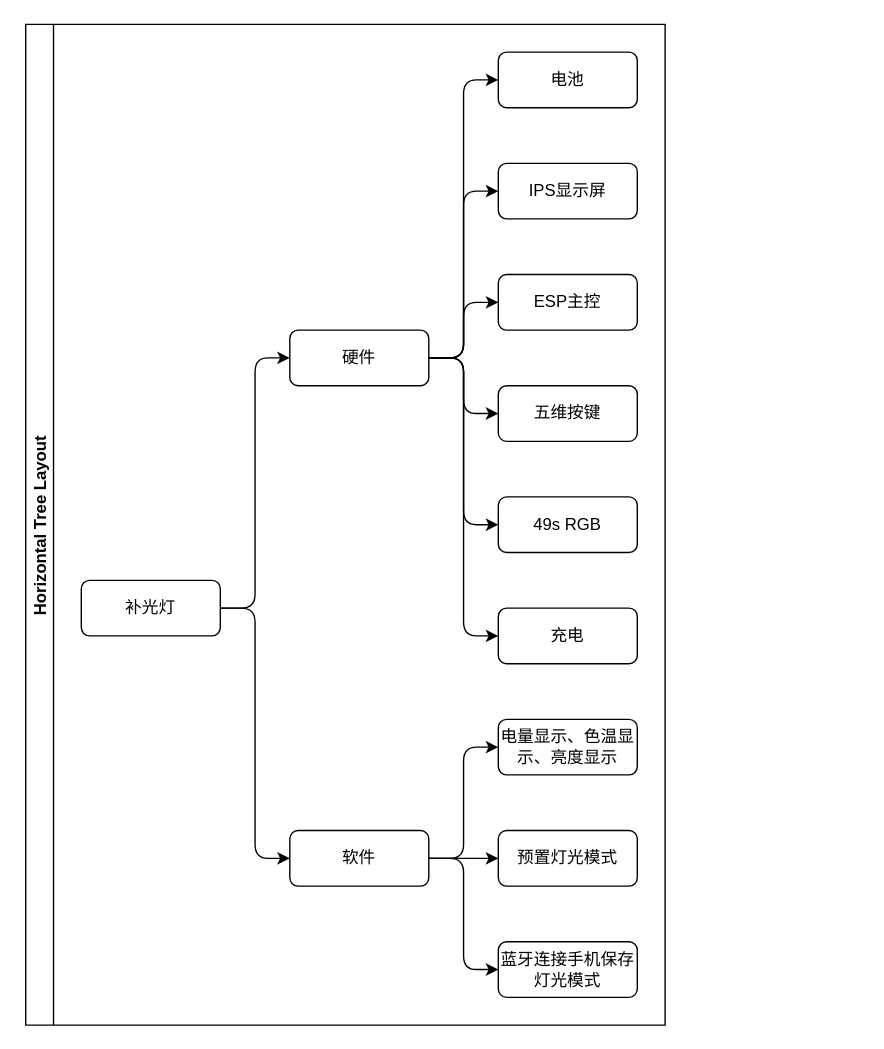
The draw.io diagram Fill Light.drawio in Tianli-Wang/Draw.io, before the edit. Source tidied: cells renumbered, new cells numbered last; positions are measured from the earlier drawing's top-left corner, leaving out a move shared by most shapes. Both pictures are drawn from the tidied source at 139%, with x=0, y=0 at pixel (25, 24).
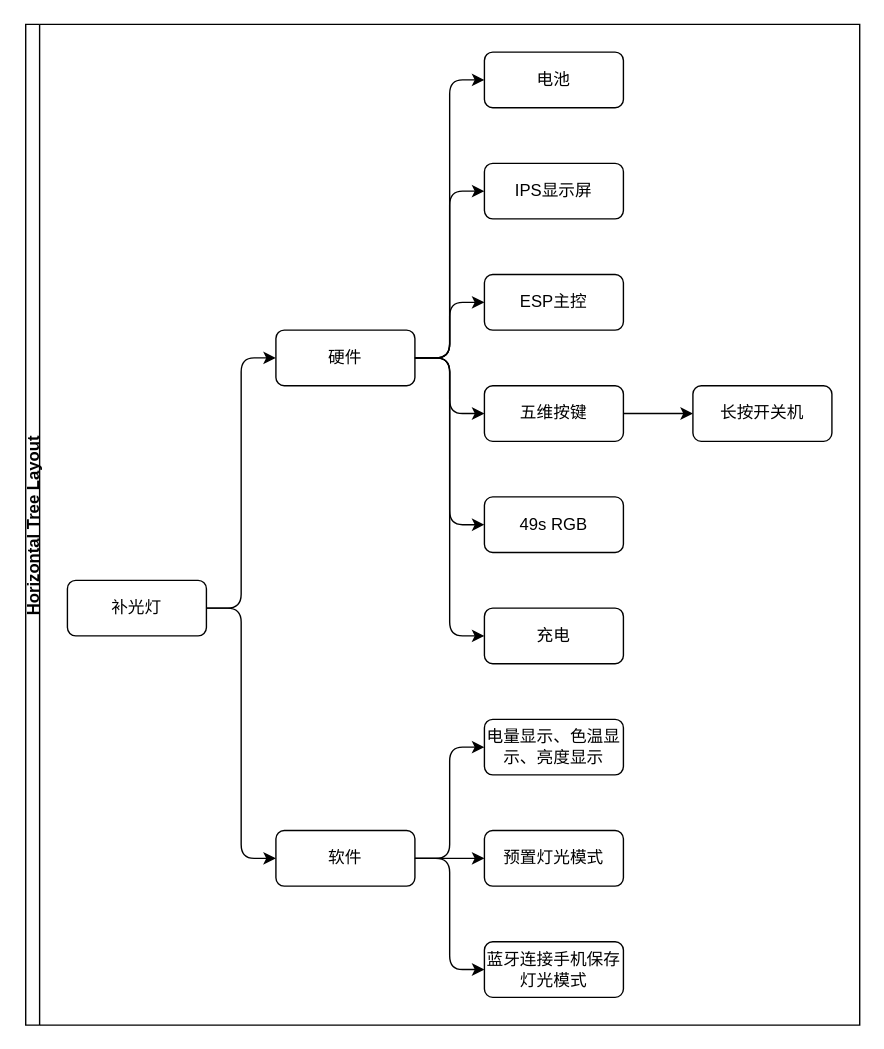
Above is the later version.

What changed in the source:
```diff
@@
-    <mxCell id="2" value="Horizontal Tree Layout" style="swimlane;startSize=20;horizontal=0;horizontalTree=1;sortEdges=1;containerType=tree;fontSize=12;" parent="1" vertex="1">
-      <mxGeometry width="460" height="720" as="geometry" />
+    <mxCell id="2" value="Horizontal Tree Layout" style="swimlane;startSize=10;horizontal=0;horizontalTree=1;sortEdges=1;containerType=tree;fontSize=12;" parent="1" vertex="1">
+      <mxGeometry width="600" height="720" as="geometry" />
     </mxCell>
     <mxCell id="3" value="补光灯" style="whiteSpace=wrap;html=1;rounded=1;" parent="2" vertex="1">
-      <mxGeometry x="40" y="400" width="100" height="40" as="geometry" />
+      <mxGeometry x="30" y="400" width="100" height="40" as="geometry" />
     </mxCell>
     <mxCell id="4" value="硬件" style="whiteSpace=wrap;html=1;rounded=1;" parent="2" vertex="1">
-      <mxGeometry x="190" y="220" width="100" height="40" as="geometry" />
+      <mxGeometry x="180" y="220" width="100" height="40" as="geometry" />
     </mxCell>
@@
     <mxCell id="7" value="电池" style="whiteSpace=wrap;html=1;rounded=1;" parent="2" vertex="1">
-      <mxGeometry x="340" y="20" width="100" height="40" as="geometry" />
+      <mxGeometry x="330" y="20" width="100" height="40" as="geometry" />
     </mxCell>
@@
     <mxCell id="9" value="IPS显示屏" style="whiteSpace=wrap;html=1;rounded=1;" parent="2" vertex="1">
-      <mxGeometry x="340" y="100" width="100" height="40" as="geometry" />
+      <mxGeometry x="330" y="100" width="100" height="40" as="geometry" />
     </mxCell>
@@
     <mxCell id="11" value="ESP主控" style="whiteSpace=wrap;html=1;rounded=1;" parent="2" vertex="1">
-      <mxGeometry x="340" y="180" width="100" height="40" as="geometry" />
+      <mxGeometry x="330" y="180" width="100" height="40" as="geometry" />
     </mxCell>
@@
     <mxCell id="13" value="五维按键" style="whiteSpace=wrap;html=1;rounded=1;" parent="2" vertex="1">
-      <mxGeometry x="340" y="260" width="100" height="40" as="geometry" />
+      <mxGeometry x="330" y="260" width="100" height="40" as="geometry" />
     </mxCell>
@@
     <mxCell id="15" value="49s RGB" style="whiteSpace=wrap;html=1;rounded=1;" parent="2" vertex="1">
-      <mxGeometry x="340" y="340" width="100" height="40" as="geometry" />
+      <mxGeometry x="330" y="340" width="100" height="40" as="geometry" />
     </mxCell>
@@
     <mxCell id="17" value="充电" style="whiteSpace=wrap;html=1;rounded=1;" parent="2" vertex="1">
-      <mxGeometry x="340" y="420" width="100" height="40" as="geometry" />
+      <mxGeometry x="330" y="420" width="100" height="40" as="geometry" />
     </mxCell>
     <mxCell id="18" value="软件" style="whiteSpace=wrap;html=1;rounded=1;" parent="2" vertex="1">
-      <mxGeometry x="190" y="580" width="100" height="40" as="geometry" />
+      <mxGeometry x="180" y="580" width="100" height="40" as="geometry" />
     </mxCell>
@@
     <mxCell id="21" value="电量显示、色温显示、亮度显示" style="whiteSpace=wrap;html=1;rounded=1;" parent="2" vertex="1">
-      <mxGeometry x="340" y="500" width="100" height="40" as="geometry" />
+      <mxGeometry x="330" y="500" width="100" height="40" as="geometry" />
     </mxCell>
@@
     <mxCell id="23" value="预置灯光模式" style="whiteSpace=wrap;html=1;rounded=1;" parent="2" vertex="1">
-      <mxGeometry x="340" y="580" width="100" height="40" as="geometry" />
+      <mxGeometry x="330" y="580" width="100" height="40" as="geometry" />
     </mxCell>
@@
     <mxCell id="25" value="蓝牙连接手机保存灯光模式" style="whiteSpace=wrap;html=1;rounded=1;" parent="2" vertex="1">
-      <mxGeometry x="340" y="660" width="100" height="40" as="geometry" />
+      <mxGeometry x="330" y="660" width="100" height="40" as="geometry" />
     </mxCell>
+    <mxCell id="26" style="edgeStyle=elbowEdgeStyle;elbow=horizontal;html=1;rounded=1;curved=0;sourcePerimeterSpacing=0;targetPerimeterSpacing=0;startSize=6;endSize=6;" parent="2" edge="1" source="13" target="27">
+      <mxGeometry relative="1" as="geometry" />
+    </mxCell>
+    <mxCell id="27" value="长按开关机" style="whiteSpace=wrap;html=1;rounded=1;" parent="2" vertex="1">
+      <mxGeometry x="480" y="260" width="100" height="40" as="geometry" />
+    </mxCell>
```
